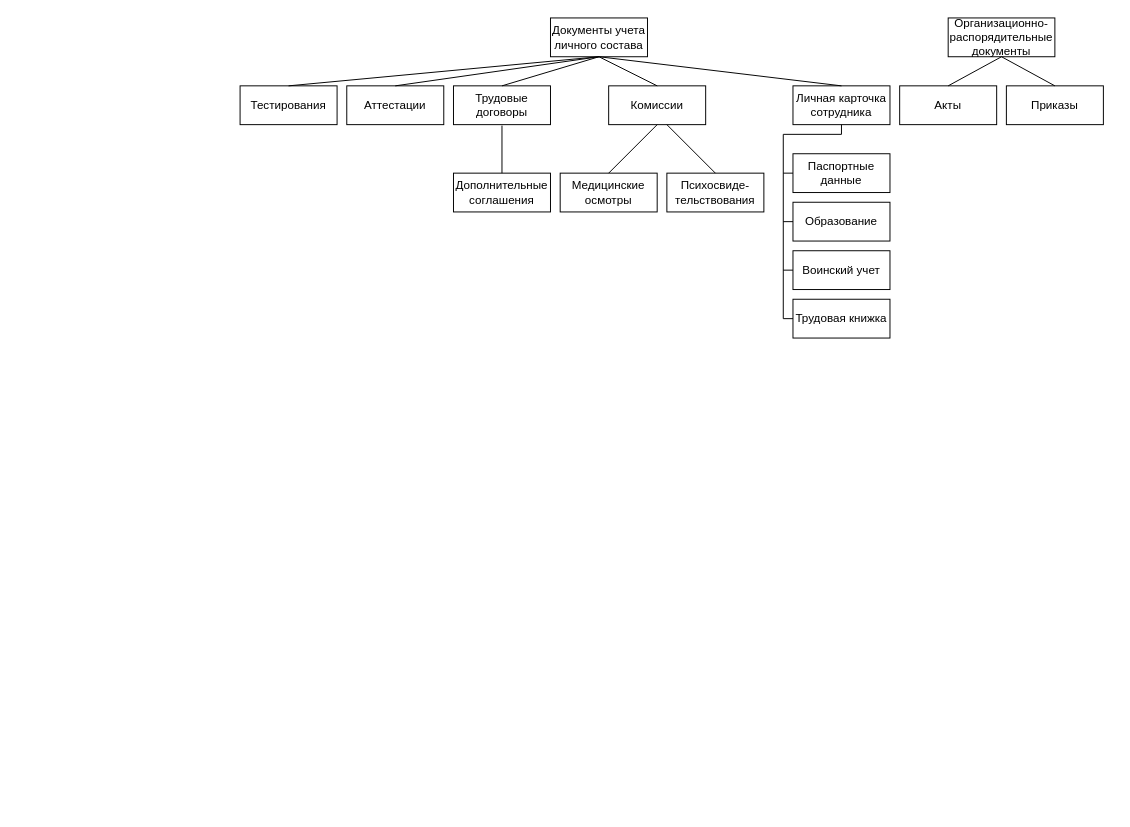
Earlier version of the draw.io diagram Сущностьсвязь.drawio (lyudmilareshetyuk/draw.io). Source tidied: cells renumbered, new cells numbered last; positions are measured from the earlier drawing's top-left corner, leaving out a move shared by most shapes. Both pictures are drawn from the tidied source at 97%, with x=0, y=0 at pixel (240, 17).
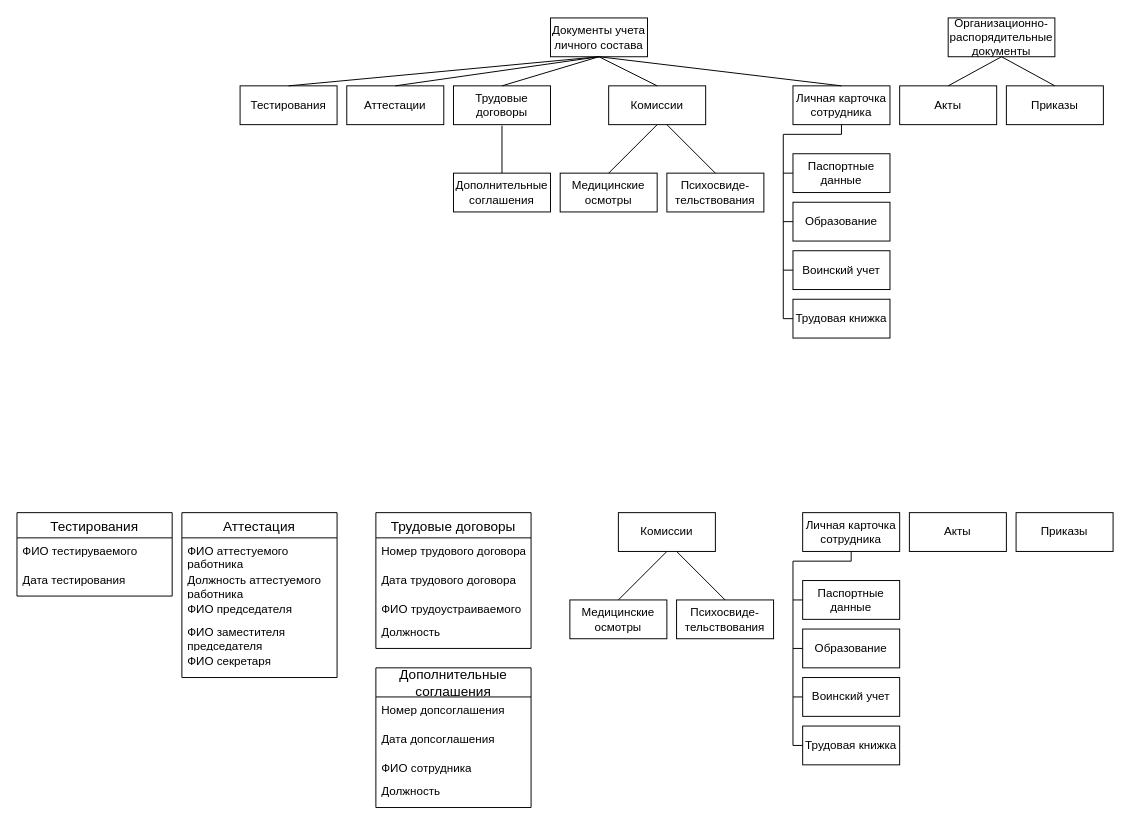
After the change.

Diff of the diagram source:
```diff
@@
+    <mxCell id="35" value="Комиссии" style="whiteSpace=wrap;html=1;align=center;" parent="1" vertex="1">
+      <mxGeometry x="390" y="510" width="100" height="40" as="geometry" />
+    </mxCell>
+    <mxCell id="36" value="Личная карточка сотрудника" style="whiteSpace=wrap;html=1;align=center;" parent="1" vertex="1">
+      <mxGeometry x="580" y="510" width="100" height="40" as="geometry" />
+    </mxCell>
+    <mxCell id="37" value="Медицинские осмотры" style="whiteSpace=wrap;html=1;align=center;" parent="1" vertex="1">
+      <mxGeometry x="340" y="600" width="100" height="40" as="geometry" />
+    </mxCell>
+    <mxCell id="38" value="Психосвиде-тельствования" style="whiteSpace=wrap;html=1;align=center;" parent="1" vertex="1">
+      <mxGeometry x="450" y="600" width="100" height="40" as="geometry" />
+    </mxCell>
+    <mxCell id="39" value="Паспортные данные" style="whiteSpace=wrap;html=1;align=center;" parent="1" vertex="1">
+      <mxGeometry x="580" y="580" width="100" height="40" as="geometry" />
+    </mxCell>
+    <mxCell id="40" value="Образование" style="whiteSpace=wrap;html=1;align=center;" parent="1" vertex="1">
+      <mxGeometry x="580" y="630" width="100" height="40" as="geometry" />
+    </mxCell>
+    <mxCell id="41" value="Воинский учет" style="whiteSpace=wrap;html=1;align=center;" parent="1" vertex="1">
+      <mxGeometry x="580" y="680" width="100" height="40" as="geometry" />
+    </mxCell>
+    <mxCell id="42" value="Трудовая книжка" style="whiteSpace=wrap;html=1;align=center;" parent="1" vertex="1">
+      <mxGeometry x="580" y="730" width="100" height="40" as="geometry" />
+    </mxCell>
+    <mxCell id="43" value="Акты" style="whiteSpace=wrap;html=1;align=center;" parent="1" vertex="1">
+      <mxGeometry x="690" y="510" width="100" height="40" as="geometry" />
+    </mxCell>
+    <mxCell id="44" value="Приказы" style="whiteSpace=wrap;html=1;align=center;" parent="1" vertex="1">
+      <mxGeometry x="800" y="510" width="100" height="40" as="geometry" />
+    </mxCell>
+    <mxCell id="45" style="endArrow=none;html=1;rounded=0;entryX=0.5;entryY=1;entryDx=0;entryDy=0;exitX=0.5;exitY=0;exitDx=0;exitDy=0;" parent="1" edge="1" source="37" target="35">
+      <mxGeometry relative="1" as="geometry" />
+    </mxCell>
+    <mxCell id="46" style="endArrow=none;html=1;rounded=0;entryX=0.5;entryY=0;entryDx=0;entryDy=0;" parent="1" edge="1" target="38">
+      <mxGeometry relative="1" as="geometry">
+        <mxPoint x="450" y="550" as="sourcePoint" />
+      </mxGeometry>
+    </mxCell>
+    <mxCell id="47" style="endArrow=none;html=1;rounded=0;exitX=0.5;exitY=1;exitDx=0;exitDy=0;" parent="1" edge="1" source="36">
+      <mxGeometry relative="1" as="geometry">
+        <mxPoint x="630" y="560" as="targetPoint" />
+      </mxGeometry>
+    </mxCell>
+    <mxCell id="48" style="endArrow=none;html=1;rounded=0;" parent="1" edge="1">
+      <mxGeometry relative="1" as="geometry">
+        <mxPoint x="630" y="560" as="sourcePoint" />
+        <mxPoint x="570" y="560" as="targetPoint" />
+      </mxGeometry>
+    </mxCell>
+    <mxCell id="49" style="endArrow=none;html=1;rounded=0;" parent="1" edge="1">
+      <mxGeometry relative="1" as="geometry">
+        <mxPoint x="570" y="560" as="sourcePoint" />
+        <mxPoint x="570" y="750" as="targetPoint" />
+      </mxGeometry>
+    </mxCell>
+    <mxCell id="50" style="endArrow=none;html=1;rounded=0;entryX=0;entryY=0.5;entryDx=0;entryDy=0;" parent="1" edge="1" target="42">
+      <mxGeometry relative="1" as="geometry">
+        <mxPoint x="570" y="750" as="sourcePoint" />
+      </mxGeometry>
+    </mxCell>
+    <mxCell id="51" style="endArrow=none;html=1;rounded=0;entryX=0;entryY=0.5;entryDx=0;entryDy=0;" parent="1" edge="1" target="41">
+      <mxGeometry relative="1" as="geometry">
+        <mxPoint x="570" y="700" as="sourcePoint" />
+      </mxGeometry>
+    </mxCell>
+    <mxCell id="52" style="endArrow=none;html=1;rounded=0;entryX=0;entryY=0.5;entryDx=0;entryDy=0;" parent="1" edge="1" target="40">
+      <mxGeometry relative="1" as="geometry">
+        <mxPoint x="570" y="650" as="sourcePoint" />
+      </mxGeometry>
+    </mxCell>
+    <mxCell id="53" style="endArrow=none;html=1;rounded=0;" parent="1" edge="1">
+      <mxGeometry relative="1" as="geometry">
+        <mxPoint x="570" y="600" as="sourcePoint" />
+        <mxPoint x="580" y="600" as="targetPoint" />
+      </mxGeometry>
+    </mxCell>
+    <mxCell id="54" value="Тестирования" style="swimlane;fontStyle=0;horizontal=1;startSize=26;align=center;fontSize=14;" parent="1" vertex="1">
+      <mxGeometry x="-230" y="510" width="160" height="86" as="geometry" />
+    </mxCell>
+    <mxCell id="55" value="ФИО тестируваемого" style="text;strokeColor=none;fillColor=none;spacingLeft=4;spacingRight=4;overflow=hidden;fontSize=12;whiteSpace=wrap;html=1;" parent="54" vertex="1">
+      <mxGeometry y="26" width="160" height="30" as="geometry" />
+    </mxCell>
+    <mxCell id="56" value="Дата тестирования" style="text;strokeColor=none;fillColor=none;spacingLeft=4;spacingRight=4;overflow=hidden;fontSize=12;whiteSpace=wrap;html=1;" parent="54" vertex="1">
+      <mxGeometry y="56" width="160" height="30" as="geometry" />
+    </mxCell>
+    <mxCell id="57" value="Аттестация" style="swimlane;fontStyle=0;horizontal=1;startSize=26;align=center;fontSize=14;" parent="1" vertex="1">
+      <mxGeometry x="-60" y="510" width="160" height="170" as="geometry" />
+    </mxCell>
+    <mxCell id="58" value="ФИО аттестуемого работника" style="text;strokeColor=none;fillColor=none;spacingLeft=4;spacingRight=4;overflow=hidden;fontSize=12;whiteSpace=wrap;html=1;" parent="57" vertex="1">
+      <mxGeometry y="26" width="160" height="30" as="geometry" />
+    </mxCell>
+    <mxCell id="59" value="Должность аттестуемого работника" style="text;strokeColor=none;fillColor=none;spacingLeft=4;spacingRight=4;overflow=hidden;fontSize=12;whiteSpace=wrap;html=1;" parent="57" vertex="1">
+      <mxGeometry y="56" width="160" height="30" as="geometry" />
+    </mxCell>
+    <mxCell id="60" value="ФИО председателя" style="text;strokeColor=none;fillColor=none;spacingLeft=4;spacingRight=4;overflow=hidden;fontSize=12;whiteSpace=wrap;html=1;" parent="57" vertex="1">
+      <mxGeometry y="86" width="160" height="24" as="geometry" />
+    </mxCell>
+    <mxCell id="61" value="ФИО заместителя председателя" style="text;strokeColor=none;fillColor=none;spacingLeft=4;spacingRight=4;overflow=hidden;fontSize=12;whiteSpace=wrap;html=1;" parent="57" vertex="1">
+      <mxGeometry y="110" width="160" height="30" as="geometry" />
+    </mxCell>
+    <mxCell id="62" value="ФИО секретаря" style="text;strokeColor=none;fillColor=none;spacingLeft=4;spacingRight=4;overflow=hidden;fontSize=12;whiteSpace=wrap;html=1;" parent="57" vertex="1">
+      <mxGeometry y="140" width="160" height="30" as="geometry" />
+    </mxCell>
+    <mxCell id="63" value="Трудовые договоры" style="swimlane;fontStyle=0;horizontal=1;startSize=26;align=center;fontSize=14;" parent="1" vertex="1">
+      <mxGeometry x="140" y="510" width="160" height="140" as="geometry" />
+    </mxCell>
+    <mxCell id="64" value="Номер трудового договора" style="text;strokeColor=none;fillColor=none;spacingLeft=4;spacingRight=4;overflow=hidden;fontSize=12;whiteSpace=wrap;html=1;" parent="63" vertex="1">
+      <mxGeometry y="26" width="160" height="30" as="geometry" />
+    </mxCell>
+    <mxCell id="65" value="Дата трудового договора" style="text;strokeColor=none;fillColor=none;spacingLeft=4;spacingRight=4;overflow=hidden;fontSize=12;whiteSpace=wrap;html=1;" parent="63" vertex="1">
+      <mxGeometry y="56" width="160" height="30" as="geometry" />
+    </mxCell>
+    <mxCell id="66" value="ФИО трудоустраиваемого" style="text;strokeColor=none;fillColor=none;spacingLeft=4;spacingRight=4;overflow=hidden;fontSize=12;whiteSpace=wrap;html=1;" parent="63" vertex="1">
+      <mxGeometry y="86" width="160" height="24" as="geometry" />
+    </mxCell>
+    <mxCell id="67" value="Должность" style="text;strokeColor=none;fillColor=none;spacingLeft=4;spacingRight=4;overflow=hidden;fontSize=12;whiteSpace=wrap;html=1;" parent="63" vertex="1">
+      <mxGeometry y="110" width="160" height="30" as="geometry" />
+    </mxCell>
+    <mxCell id="68" value="Дополнительные&#10;соглашения" style="swimlane;fontStyle=0;horizontal=1;startSize=30;align=center;fontSize=14;" parent="1" vertex="1">
+      <mxGeometry x="140" y="670" width="160" height="144" as="geometry" />
+    </mxCell>
+    <mxCell id="69" value="Номер допсоглашения" style="text;strokeColor=none;fillColor=none;spacingLeft=4;spacingRight=4;overflow=hidden;fontSize=12;whiteSpace=wrap;html=1;" parent="68" vertex="1">
+      <mxGeometry y="30" width="160" height="30" as="geometry" />
+    </mxCell>
+    <mxCell id="70" value="Дата допсоглашения" style="text;strokeColor=none;fillColor=none;spacingLeft=4;spacingRight=4;overflow=hidden;fontSize=12;whiteSpace=wrap;html=1;" parent="68" vertex="1">
+      <mxGeometry y="60" width="160" height="30" as="geometry" />
+    </mxCell>
+    <mxCell id="71" value="ФИО сотрудника" style="text;strokeColor=none;fillColor=none;spacingLeft=4;spacingRight=4;overflow=hidden;fontSize=12;whiteSpace=wrap;html=1;" parent="68" vertex="1">
+      <mxGeometry y="90" width="160" height="24" as="geometry" />
+    </mxCell>
+    <mxCell id="72" value="Должность" style="text;strokeColor=none;fillColor=none;spacingLeft=4;spacingRight=4;overflow=hidden;fontSize=12;whiteSpace=wrap;html=1;" parent="68" vertex="1">
+      <mxGeometry y="114" width="160" height="30" as="geometry" />
+    </mxCell>
```
